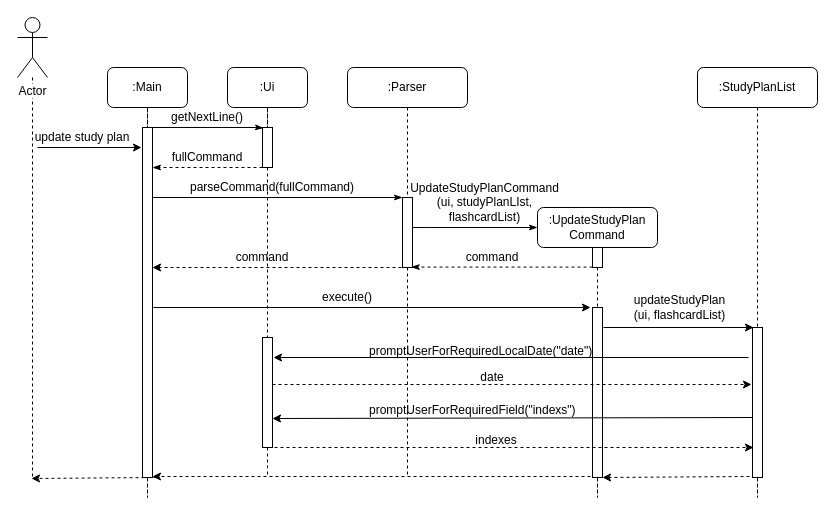
sliu107/tp keeps this draw.io diagram as docs/images/updateStudyPlanSequenceDiagram.drawio. Above is the earlier version. Source tidied: cells renumbered, new cells numbered last; positions are measured from the earlier drawing's top-left corner, leaving out a move shared by most shapes. Both pictures are drawn from the tidied source at 100%, with x=0, y=0 at pixel (17, 17).
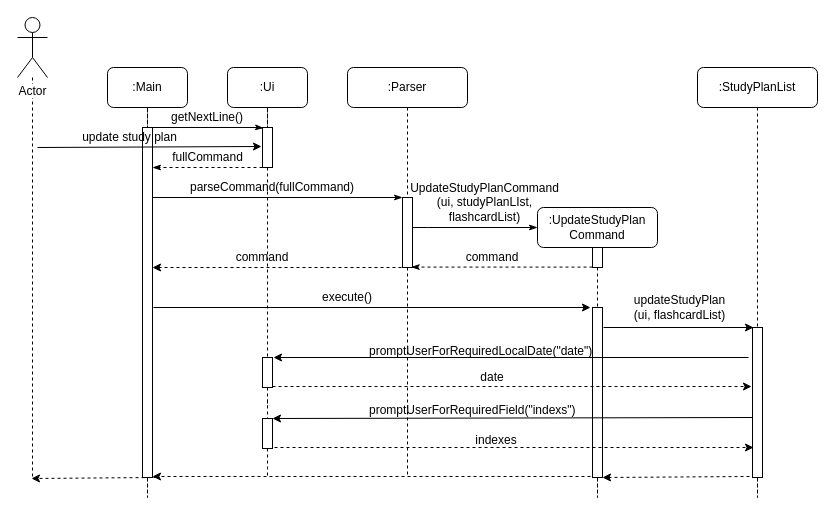
The same diagram, later.

Commit message (it also covers changes not shown here):
Update sequence diagrams for get and update study plan

Unchanged cells that the change refers to:
```xml
<mxCell id="19" style="html=1;points=[];perimeter=orthogonalPerimeter;" parent="1" vertex="1">
  <mxGeometry x="245" y="110" width="10" height="40" as="geometry" />
</mxCell>
```

What changed in the source:
```diff
@@
-    <mxCell id="8" style="edgeStyle=orthogonalEdgeStyle;rounded=0;jettySize=auto;html=1;dashed=1;endArrow=none;endFill=0;" parent="1" edge="1" source="42">
+    <mxCell id="8" style="edgeStyle=orthogonalEdgeStyle;rounded=0;jettySize=auto;html=1;dashed=1;endArrow=none;endFill=0;" parent="1" edge="1" source="56">
       <mxGeometry relative="1" as="geometry">
         <mxPoint x="250" y="460" as="targetPoint" />
       </mxGeometry>
     </mxCell>
@@
-    <mxCell id="22" style="endArrow=classic;html=1;" parent="1" edge="1">
+    <mxCell id="22" style="endArrow=classic;html=1;entryX=-0.1;entryY=0.475;entryDx=0;entryDy=0;entryPerimeter=0;" parent="1" edge="1" target="19">
       <mxGeometry relative="1" as="geometry">
         <mxPoint x="20" y="130" as="sourcePoint" />
-        <mxPoint x="124" y="130" as="targetPoint" />
       </mxGeometry>
     </mxCell>
     <mxCell id="23" value="update study plan" style="text;html=1;strokeColor=none;fillColor=none;align=center;verticalAlign=middle;whiteSpace=wrap;rounded=0;" parent="1" vertex="1">
-      <mxGeometry x="5" y="110" width="120" height="20" as="geometry" />
+      <mxGeometry x="15" y="110" width="195" height="20" as="geometry" />
     </mxCell>
     <mxCell id="24" value="fullCommand" style="text;html=1;strokeColor=none;fillColor=none;align=center;verticalAlign=middle;whiteSpace=wrap;rounded=0;" parent="1" vertex="1">
-      <mxGeometry x="145" y="130" width="90" height="20" as="geometry" />
+      <mxGeometry x="142.5" y="130" width="95" height="20" as="geometry" />
     </mxCell>
@@
     <mxCell id="42" style="html=1;points=[];perimeter=orthogonalPerimeter;" parent="1" vertex="1">
-      <mxGeometry x="245" y="320" width="10" height="110" as="geometry" />
+      <mxGeometry x="245" y="340" width="10" height="30" as="geometry" />
     </mxCell>
@@
     <mxCell id="48" style="endArrow=classic;html=1;entryX=-0.4;entryY=0.722;entryDx=0;entryDy=0;entryPerimeter=0;dashed=1;" parent="1" edge="1">
       <mxGeometry relative="1" as="geometry">
-        <mxPoint x="255" y="367" as="sourcePoint" />
-        <mxPoint x="734" y="367" as="targetPoint" />
+        <mxPoint x="255" y="369" as="sourcePoint" />
+        <mxPoint x="734" y="369" as="targetPoint" />
       </mxGeometry>
     </mxCell>
@@
+    <mxCell id="56" style="html=1;points=[];perimeter=orthogonalPerimeter;" parent="1" vertex="1">
+      <mxGeometry x="245" y="401" width="10" height="30" as="geometry" />
+    </mxCell>
+    <mxCell id="57" style="edgeStyle=orthogonalEdgeStyle;rounded=0;jettySize=auto;html=1;dashed=1;endArrow=none;endFill=0;" parent="1" edge="1" source="42" target="56">
+      <mxGeometry relative="1" as="geometry" />
+    </mxCell>
```
